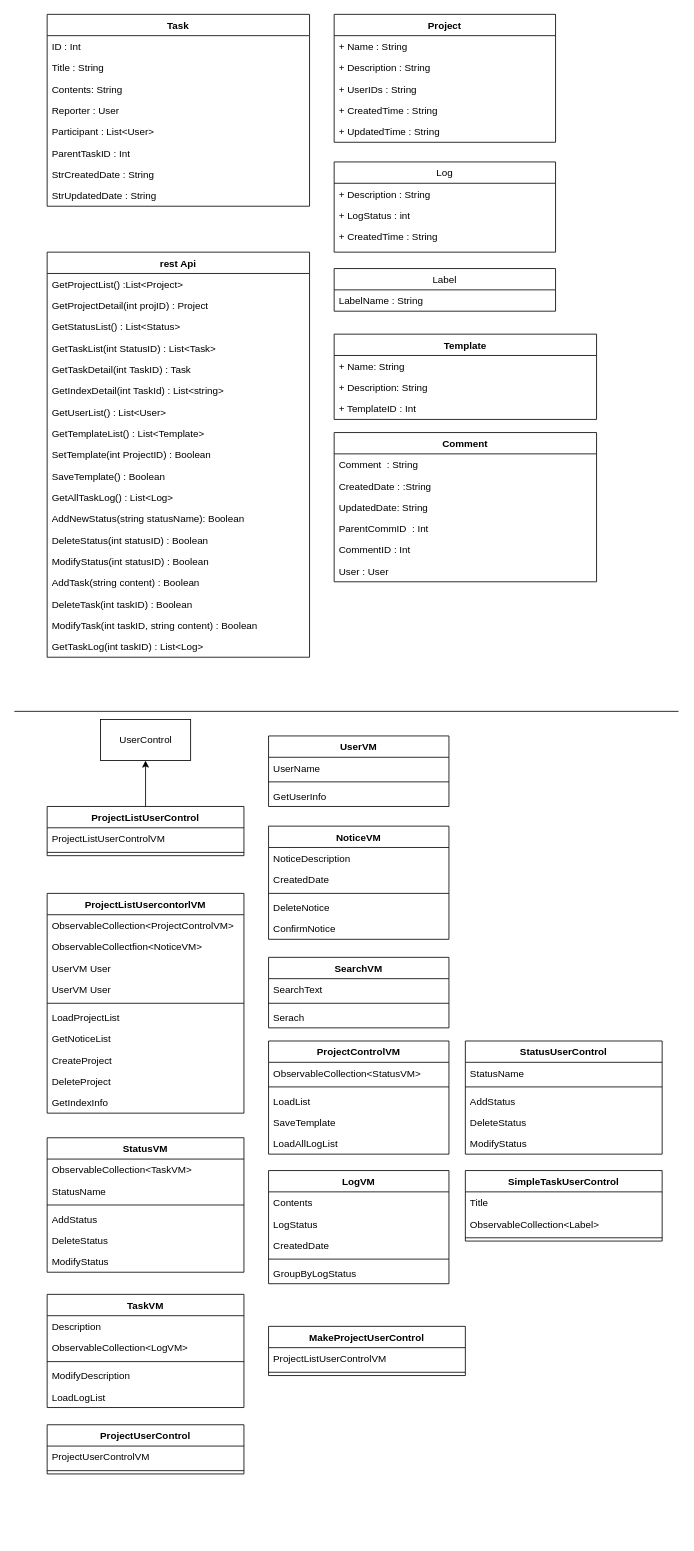
Earlier version of the draw.io diagram Untitled Diagram.drawio (InsoooooooooJANG/TIL). Source tidied: cells renumbered, new cells numbered last; positions are measured from the earlier drawing's top-left corner, leaving out a move shared by most shapes. Both pictures are drawn from the tidied source at 82%, with x=0, y=0 at pixel (14, 14).
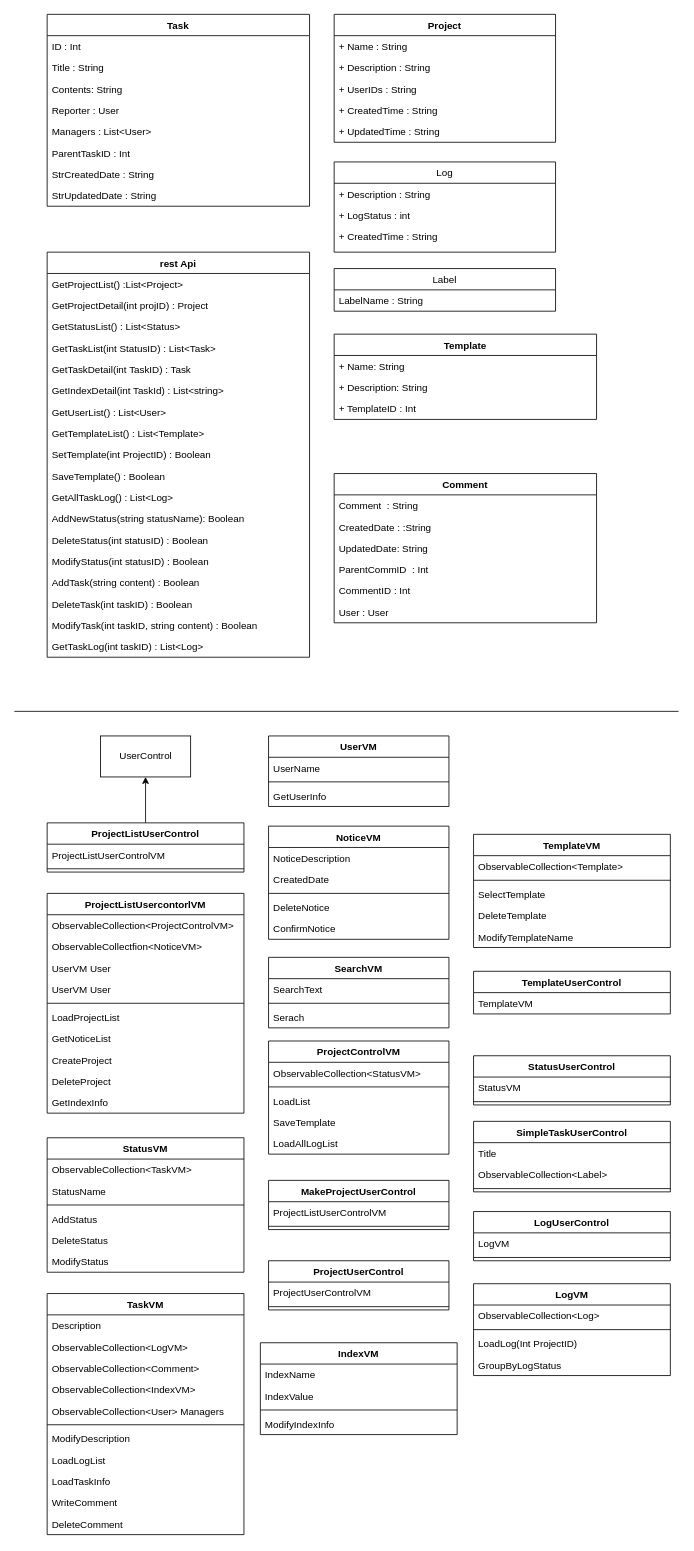
The same page after the edit.

The change refers to these unchanged cells:
```xml
<mxCell id="6" value="Task" style="swimlane;fontStyle=1;align=center;verticalAlign=top;horizontal=1;startSize=26;" parent="1" vertex="1">
  <mxGeometry x="40" width="320" height="234" as="geometry" />
</mxCell>
```

The edit, as a diff of the source:
```diff
@@
-    <mxCell id="11" value="Participant : List&lt;User&gt;" style="text;strokeColor=none;fillColor=none;align=left;verticalAlign=top;spacingLeft=4;spacingRight=4;overflow=hidden;" parent="6" vertex="1">
+    <mxCell id="11" value="Managers : List&lt;User&gt;" style="text;strokeColor=none;fillColor=none;align=left;verticalAlign=top;spacingLeft=4;spacingRight=4;overflow=hidden;" parent="6" vertex="1">
       <mxGeometry y="130" width="320" height="26" as="geometry" />
     </mxCell>
@@
     <mxCell id="46" value="UserControl" style="html=1;" parent="1" vertex="1">
-      <mxGeometry x="105" y="860" width="110" height="50" as="geometry" />
+      <mxGeometry x="105" y="880" width="110" height="50" as="geometry" />
     </mxCell>
@@
     <mxCell id="85" value="TaskVM" style="swimlane;fontStyle=1;align=center;verticalAlign=top;horizontal=1;startSize=26;" parent="1" vertex="1">
-      <mxGeometry x="40" y="1561" width="240" height="138" as="geometry" />
+      <mxGeometry x="40" y="1560" width="240" height="294" as="geometry" />
     </mxCell>
@@
+    <mxCell id="125" value="ObservableCollection&lt;Comment&gt;" style="text;strokeColor=none;fillColor=none;align=left;verticalAlign=top;spacingLeft=4;spacingRight=4;overflow=hidden;" parent="85" vertex="1">
+      <mxGeometry y="78" width="240" height="26" as="geometry" />
+    </mxCell>
+    <mxCell id="126" value="ObservableCollection&lt;IndexVM&gt;" style="text;strokeColor=none;fillColor=none;align=left;verticalAlign=top;spacingLeft=4;spacingRight=4;overflow=hidden;" parent="85" vertex="1">
+      <mxGeometry y="104" width="240" height="26" as="geometry" />
+    </mxCell>
+    <mxCell id="127" value="ObservableCollection&lt;User&gt; Managers" style="text;strokeColor=none;fillColor=none;align=left;verticalAlign=top;spacingLeft=4;spacingRight=4;overflow=hidden;" parent="85" vertex="1">
+      <mxGeometry y="130" width="240" height="26" as="geometry" />
+    </mxCell>
     <mxCell id="88" style="line;strokeWidth=1;fillColor=none;align=left;verticalAlign=middle;spacingTop=-1;spacingLeft=3;spacingRight=3;labelPosition=right;" parent="85" vertex="1">
-      <mxGeometry y="78" width="240" height="8" as="geometry" />
+      <mxGeometry y="156" width="240" height="8" as="geometry" />
     </mxCell>
     <mxCell id="89" value="ModifyDescription" style="text;strokeColor=none;fillColor=none;align=left;verticalAlign=top;spacingLeft=4;spacingRight=4;overflow=hidden;" parent="85" vertex="1">
-      <mxGeometry y="86" width="240" height="26" as="geometry" />
+      <mxGeometry y="164" width="240" height="26" as="geometry" />
     </mxCell>
     <mxCell id="90" value="LoadLogList" style="text;strokeColor=none;fillColor=none;align=left;verticalAlign=top;spacingLeft=4;spacingRight=4;overflow=hidden;" parent="85" vertex="1">
-      <mxGeometry y="112" width="240" height="26" as="geometry" />
+      <mxGeometry y="190" width="240" height="26" as="geometry" />
     </mxCell>
-    <mxCell id="91" value="LogVM" style="swimlane;fontStyle=1;align=center;verticalAlign=top;horizontal=1;startSize=26;" parent="1" vertex="1">
-      <mxGeometry x="310" y="1410" width="220" height="138" as="geometry" />
-    </mxCell>
-    <mxCell id="92" value="Contents" style="text;strokeColor=none;fillColor=none;align=left;verticalAlign=top;spacingLeft=4;spacingRight=4;overflow=hidden;" parent="91" vertex="1">
-      <mxGeometry y="26" width="220" height="26" as="geometry" />
-    </mxCell>
-    <mxCell id="93" value="LogStatus" style="text;strokeColor=none;fillColor=none;align=left;verticalAlign=top;spacingLeft=4;spacingRight=4;overflow=hidden;" parent="91" vertex="1">
-      <mxGeometry y="52" width="220" height="26" as="geometry" />
-    </mxCell>
-    <mxCell id="94" value="CreatedDate" style="text;strokeColor=none;fillColor=none;align=left;verticalAlign=top;spacingLeft=4;spacingRight=4;overflow=hidden;" parent="91" vertex="1">
-      <mxGeometry y="78" width="220" height="26" as="geometry" />
-    </mxCell>
-    <mxCell id="95" style="line;strokeWidth=1;fillColor=none;align=left;verticalAlign=middle;spacingTop=-1;spacingLeft=3;spacingRight=3;labelPosition=right;" parent="91" vertex="1">
-      <mxGeometry y="104" width="220" height="8" as="geometry" />
-    </mxCell>
-    <mxCell id="96" value="GroupByLogStatus" style="text;strokeColor=none;fillColor=none;align=left;verticalAlign=top;spacingLeft=4;spacingRight=4;overflow=hidden;" parent="91" vertex="1">
-      <mxGeometry y="112" width="220" height="26" as="geometry" />
-    </mxCell>
+    <mxCell id="128" value="LoadTaskInfo" style="text;strokeColor=none;fillColor=none;align=left;verticalAlign=top;spacingLeft=4;spacingRight=4;overflow=hidden;" parent="85" vertex="1">
+      <mxGeometry y="216" width="240" height="26" as="geometry" />
+    </mxCell>
+    <mxCell id="129" value="WriteComment" style="text;strokeColor=none;fillColor=none;align=left;verticalAlign=top;spacingLeft=4;spacingRight=4;overflow=hidden;" parent="85" vertex="1">
+      <mxGeometry y="242" width="240" height="26" as="geometry" />
+    </mxCell>
+    <mxCell id="130" value="DeleteComment" style="text;strokeColor=none;fillColor=none;align=left;verticalAlign=top;spacingLeft=4;spacingRight=4;overflow=hidden;" parent="85" vertex="1">
+      <mxGeometry y="268" width="240" height="26" as="geometry" />
+    </mxCell>
     <mxCell id="97" value="ProjectListUserControl" style="swimlane;fontStyle=1;align=center;verticalAlign=top;horizontal=1;startSize=26;" parent="1" vertex="1">
-      <mxGeometry x="40" y="966" width="240" height="60" as="geometry" />
+      <mxGeometry x="40" y="986" width="240" height="60" as="geometry" />
     </mxCell>
@@
     <mxCell id="100" value="ProjectUserControl" style="swimlane;fontStyle=1;align=center;verticalAlign=top;horizontal=1;startSize=26;" parent="1" vertex="1">
-      <mxGeometry x="40" y="1720" width="240" height="60" as="geometry" />
+      <mxGeometry x="310" y="1520" width="220" height="60" as="geometry" />
     </mxCell>
     <mxCell id="101" value="ProjectUserControlVM" style="text;strokeColor=none;fillColor=none;align=left;verticalAlign=top;spacingLeft=4;spacingRight=4;overflow=hidden;" parent="100" vertex="1">
-      <mxGeometry y="26" width="240" height="26" as="geometry" />
+      <mxGeometry y="26" width="220" height="26" as="geometry" />
     </mxCell>
     <mxCell id="102" style="line;strokeWidth=1;fillColor=none;align=left;verticalAlign=middle;spacingTop=-1;spacingLeft=3;spacingRight=3;labelPosition=right;" parent="100" vertex="1">
-      <mxGeometry y="52" width="240" height="8" as="geometry" />
+      <mxGeometry y="52" width="220" height="8" as="geometry" />
     </mxCell>
     <mxCell id="103" value="MakeProjectUserControl" style="swimlane;fontStyle=1;align=center;verticalAlign=top;horizontal=1;startSize=26;" parent="1" vertex="1">
-      <mxGeometry x="310" y="1600" width="240" height="60" as="geometry" />
+      <mxGeometry x="310" y="1422" width="220" height="60" as="geometry" />
     </mxCell>
     <mxCell id="104" value="ProjectListUserControlVM" style="text;strokeColor=none;fillColor=none;align=left;verticalAlign=top;spacingLeft=4;spacingRight=4;overflow=hidden;" parent="103" vertex="1">
-      <mxGeometry y="26" width="240" height="26" as="geometry" />
+      <mxGeometry y="26" width="220" height="26" as="geometry" />
     </mxCell>
     <mxCell id="105" style="line;strokeWidth=1;fillColor=none;align=left;verticalAlign=middle;spacingTop=-1;spacingLeft=3;spacingRight=3;labelPosition=right;" parent="103" vertex="1">
-      <mxGeometry y="52" width="240" height="8" as="geometry" />
+      <mxGeometry y="52" width="220" height="8" as="geometry" />
     </mxCell>
     <mxCell id="106" value="StatusUserControl" style="swimlane;fontStyle=1;align=center;verticalAlign=top;horizontal=1;startSize=26;" parent="1" vertex="1">
-      <mxGeometry x="550" y="1252" width="240" height="138" as="geometry" />
+      <mxGeometry x="560" y="1270" width="240" height="60" as="geometry" />
     </mxCell>
-    <mxCell id="107" value="StatusName" style="text;strokeColor=none;fillColor=none;align=left;verticalAlign=top;spacingLeft=4;spacingRight=4;overflow=hidden;" parent="106" vertex="1">
-      <mxGeometry y="26" width="240" height="26" as="geometry" />
-    </mxCell>
+    <mxCell id="109" value="StatusVM" style="text;strokeColor=none;fillColor=none;align=left;verticalAlign=top;spacingLeft=4;spacingRight=4;overflow=hidden;" parent="106" vertex="1">
+      <mxGeometry y="26" width="240" height="26" as="geometry" />
+    </mxCell>
@@
-    <mxCell id="109" value="AddStatus" style="text;strokeColor=none;fillColor=none;align=left;verticalAlign=top;spacingLeft=4;spacingRight=4;overflow=hidden;" parent="106" vertex="1">
-      <mxGeometry y="60" width="240" height="26" as="geometry" />
-    </mxCell>
-    <mxCell id="110" value="DeleteStatus" style="text;strokeColor=none;fillColor=none;align=left;verticalAlign=top;spacingLeft=4;spacingRight=4;overflow=hidden;" parent="106" vertex="1">
-      <mxGeometry y="86" width="240" height="26" as="geometry" />
-    </mxCell>
-    <mxCell id="111" value="ModifyStatus" style="text;strokeColor=none;fillColor=none;align=left;verticalAlign=top;spacingLeft=4;spacingRight=4;overflow=hidden;" parent="106" vertex="1">
-      <mxGeometry y="112" width="240" height="26" as="geometry" />
-    </mxCell>
     <mxCell id="112" value="SimpleTaskUserControl" style="swimlane;fontStyle=1;align=center;verticalAlign=top;horizontal=1;startSize=26;" parent="1" vertex="1">
-      <mxGeometry x="550" y="1410" width="240" height="86" as="geometry" />
+      <mxGeometry x="560" y="1350" width="240" height="86" as="geometry" />
     </mxCell>
@@
     <mxCell id="118" value="Comment" style="swimlane;fontStyle=1;align=center;verticalAlign=top;horizontal=1;startSize=26;" parent="1" vertex="1">
-      <mxGeometry x="390" y="510" width="320" height="182" as="geometry" />
+      <mxGeometry x="390" y="560" width="320" height="182" as="geometry" />
     </mxCell>
@@
+    <mxCell id="131" value="TemplateUserControl" style="swimlane;fontStyle=1;align=center;verticalAlign=top;horizontal=1;startSize=26;" parent="1" vertex="1">
+      <mxGeometry x="560" y="1167" width="240" height="52" as="geometry" />
+    </mxCell>
+    <mxCell id="132" value="TemplateVM" style="text;strokeColor=none;fillColor=none;align=left;verticalAlign=top;spacingLeft=4;spacingRight=4;overflow=hidden;" parent="131" vertex="1">
+      <mxGeometry y="26" width="240" height="26" as="geometry" />
+    </mxCell>
+    <mxCell id="133" value="TemplateVM" style="swimlane;fontStyle=1;align=center;verticalAlign=top;horizontal=1;startSize=26;" parent="1" vertex="1">
+      <mxGeometry x="560" y="1000" width="240" height="138" as="geometry" />
+    </mxCell>
+    <mxCell id="134" value="ObservableCollection&lt;Template&gt;" style="text;strokeColor=none;fillColor=none;align=left;verticalAlign=top;spacingLeft=4;spacingRight=4;overflow=hidden;" parent="133" vertex="1">
+      <mxGeometry y="26" width="240" height="26" as="geometry" />
+    </mxCell>
+    <mxCell id="135" style="line;strokeWidth=1;fillColor=none;align=left;verticalAlign=middle;spacingTop=-1;spacingLeft=3;spacingRight=3;labelPosition=right;" parent="133" vertex="1">
+      <mxGeometry y="52" width="240" height="8" as="geometry" />
+    </mxCell>
+    <mxCell id="136" value="SelectTemplate" style="text;strokeColor=none;fillColor=none;align=left;verticalAlign=top;spacingLeft=4;spacingRight=4;overflow=hidden;" parent="133" vertex="1">
+      <mxGeometry y="60" width="240" height="26" as="geometry" />
+    </mxCell>
+    <mxCell id="137" value="DeleteTemplate" style="text;strokeColor=none;fillColor=none;align=left;verticalAlign=top;spacingLeft=4;spacingRight=4;overflow=hidden;" parent="133" vertex="1">
+      <mxGeometry y="86" width="240" height="26" as="geometry" />
+    </mxCell>
+    <mxCell id="138" value="ModifyTemplateName" style="text;strokeColor=none;fillColor=none;align=left;verticalAlign=top;spacingLeft=4;spacingRight=4;overflow=hidden;" parent="133" vertex="1">
+      <mxGeometry y="112" width="240" height="26" as="geometry" />
+    </mxCell>
+    <mxCell id="139" value="LogUserControl" style="swimlane;fontStyle=1;align=center;verticalAlign=top;horizontal=1;startSize=26;" parent="1" vertex="1">
+      <mxGeometry x="560" y="1460" width="240" height="60" as="geometry" />
+    </mxCell>
+    <mxCell id="140" value="LogVM" style="text;strokeColor=none;fillColor=none;align=left;verticalAlign=top;spacingLeft=4;spacingRight=4;overflow=hidden;" parent="139" vertex="1">
+      <mxGeometry y="26" width="240" height="26" as="geometry" />
+    </mxCell>
+    <mxCell id="141" style="line;strokeWidth=1;fillColor=none;align=left;verticalAlign=middle;spacingTop=-1;spacingLeft=3;spacingRight=3;labelPosition=right;" parent="139" vertex="1">
+      <mxGeometry y="52" width="240" height="8" as="geometry" />
+    </mxCell>
+    <mxCell id="91" value="LogVM" style="swimlane;fontStyle=1;align=center;verticalAlign=top;horizontal=1;startSize=26;" parent="1" vertex="1">
+      <mxGeometry x="560" y="1548" width="240" height="112" as="geometry" />
+    </mxCell>
+    <mxCell id="142" value="ObservableCollection&lt;Log&gt;" style="text;strokeColor=none;fillColor=none;align=left;verticalAlign=top;spacingLeft=4;spacingRight=4;overflow=hidden;" parent="91" vertex="1">
+      <mxGeometry y="26" width="240" height="26" as="geometry" />
+    </mxCell>
+    <mxCell id="143" style="line;strokeWidth=1;fillColor=none;align=left;verticalAlign=middle;spacingTop=-1;spacingLeft=3;spacingRight=3;labelPosition=right;" parent="91" vertex="1">
+      <mxGeometry y="52" width="240" height="8" as="geometry" />
+    </mxCell>
+    <mxCell id="144" value="LoadLog(Int ProjectID) " style="text;strokeColor=none;fillColor=none;align=left;verticalAlign=top;spacingLeft=4;spacingRight=4;overflow=hidden;" parent="91" vertex="1">
+      <mxGeometry y="60" width="240" height="26" as="geometry" />
+    </mxCell>
+    <mxCell id="96" value="GroupByLogStatus" style="text;strokeColor=none;fillColor=none;align=left;verticalAlign=top;spacingLeft=4;spacingRight=4;overflow=hidden;" parent="91" vertex="1">
+      <mxGeometry y="86" width="240" height="26" as="geometry" />
+    </mxCell>
+    <mxCell id="145" value="IndexVM" style="swimlane;fontStyle=1;align=center;verticalAlign=top;horizontal=1;startSize=26;" parent="1" vertex="1">
+      <mxGeometry x="300" y="1620" width="240" height="112" as="geometry" />
+    </mxCell>
+    <mxCell id="146" value="IndexName" style="text;strokeColor=none;fillColor=none;align=left;verticalAlign=top;spacingLeft=4;spacingRight=4;overflow=hidden;" parent="145" vertex="1">
+      <mxGeometry y="26" width="240" height="26" as="geometry" />
+    </mxCell>
+    <mxCell id="147" value="IndexValue" style="text;strokeColor=none;fillColor=none;align=left;verticalAlign=top;spacingLeft=4;spacingRight=4;overflow=hidden;" parent="145" vertex="1">
+      <mxGeometry y="52" width="240" height="26" as="geometry" />
+    </mxCell>
+    <mxCell id="148" style="line;strokeWidth=1;fillColor=none;align=left;verticalAlign=middle;spacingTop=-1;spacingLeft=3;spacingRight=3;labelPosition=right;" parent="145" vertex="1">
+      <mxGeometry y="78" width="240" height="8" as="geometry" />
+    </mxCell>
+    <mxCell id="149" value="ModifyIndexInfo" style="text;strokeColor=none;fillColor=none;align=left;verticalAlign=top;spacingLeft=4;spacingRight=4;overflow=hidden;" parent="145" vertex="1">
+      <mxGeometry y="86" width="240" height="26" as="geometry" />
+    </mxCell>
```
